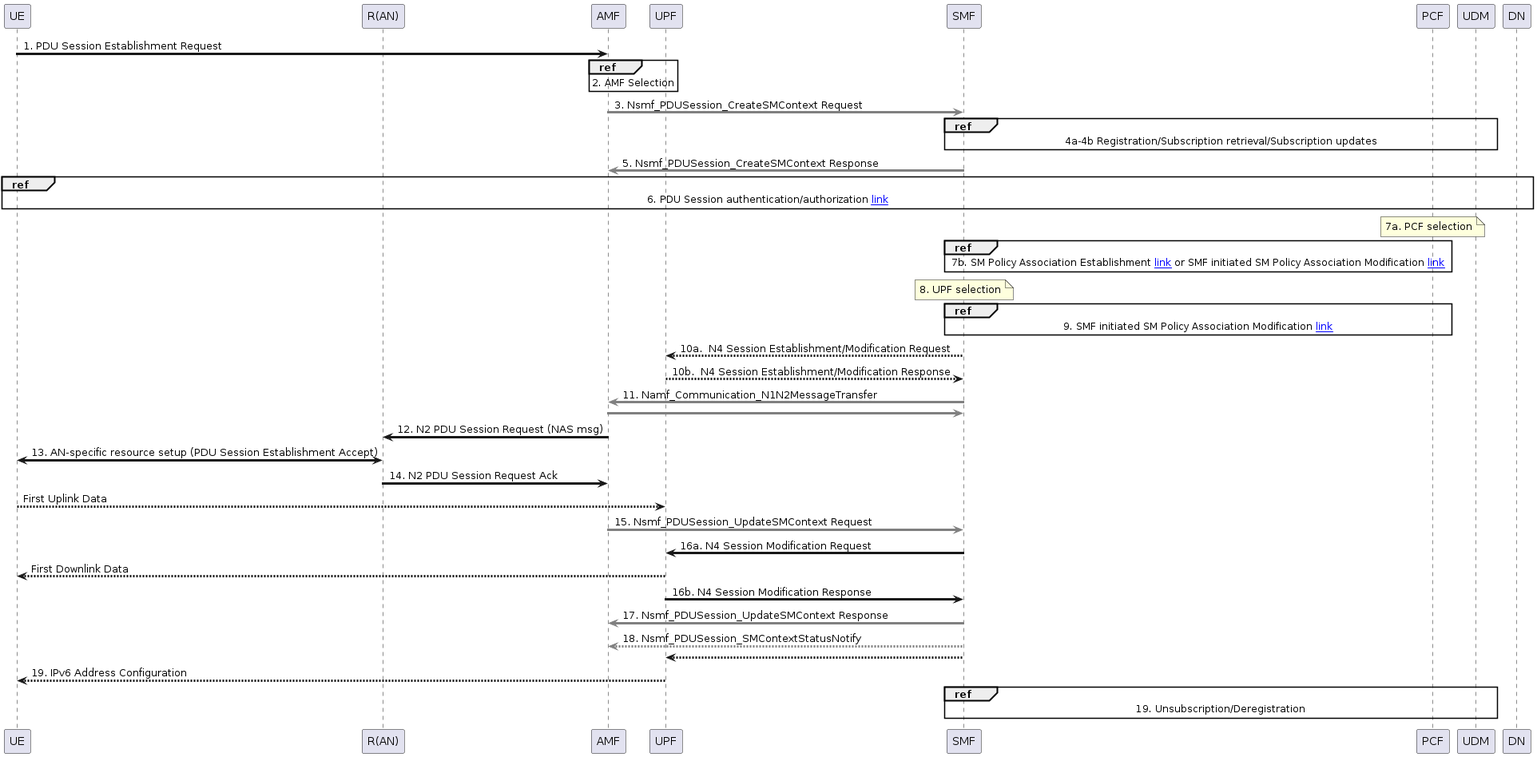
Above: 5G_UMLs/Procedures/UE-requested PDU Session Establishment for non-roaming and roaming with local breakout.png in tariromukute/5gc-features (PlantUML), before the change. The source it was exported from:
```plantuml
@startuml UE-requested PDU Session Establishment for non-roaming and roaming with local breakout

!include /home/common.puml


!$DEFAULT_COLOR = "#gray"

participant UE as UE
participant "R(AN)" as RAN
participant AMF as AMF
participant UPF as UPF
participant SMF as SMF
participant PCF as PCF
participant UDM as UDM
participant DN as DN

!$Nsmf_PDUSession_CreateSMContext ?= $DEFAULT_COLOR
!$Namf_Communication_N1N2MessageTransfer ?= $DEFAULT_COLOR
!$Nsmf_PDUSession_UpdateSMContext ?= $DEFAULT_COLOR
!$Nsmf_PDUSession_SMContextStatusNotify ?= $DEFAULT_COLOR

UE -> AMF : 1. PDU Session Establishment Request
ref over AMF
    2. AMF Selection
end ref
AMF -[$Nsmf_PDUSession_CreateSMContext]> SMF : 3. Nsmf_PDUSession_CreateSMContext Request
ref over SMF,PCF,UDM
    4a-4b Registration/Subscription retrieval/Subscription updates
end ref
AMF <[$Nsmf_PDUSession_CreateSMContext]- SMF : 5. Nsmf_PDUSession_CreateSMContext Response
ref over UE,RAN,AMF,UPF,SMF,PCF,UDM,DN
    6. PDU Session authentication/authorization [[file://TS23502_PDU_Session_Establishment_Authentication_Authorization_DNAAA_Server.puml link]]
end ref
note over PCF
    7a. PCF selection
end note
ref over SMF,PCF
    7b. SM Policy Association Establishment [[file://TS23502_SM_Policy_Association_Establishment.puml link]] or SMF initiated SM Policy Association Modification [[file://TS23502_SMF_Initiated_SM_Policy_Association_Modification.puml link]]
end ref
note over SMF
    8. UPF selection
end note
ref over SMF,PCF
    9. SMF initiated SM Policy Association Modification [[file://TS23502_SMF_Initiated_SM_Policy_Association_Modification.puml link]]
end ref
SMF --> UPF : 10a.  N4 Session Establishment/Modification Request
SMF <-- UPF : 10b.  N4 Session Establishment/Modification Response
SMF -[$Namf_Communication_N1N2MessageTransfer]> AMF : 11. Namf_Communication_N1N2MessageTransfer
SMF <[$Namf_Communication_N1N2MessageTransfer]- AMF
AMF -> RAN : 12. N2 PDU Session Request (NAS msg)
RAN <-> UE : 13. AN-specific resource setup (PDU Session Establishment Accept)
RAN -> AMF : 14. N2 PDU Session Request Ack
UE --> UPF : First Uplink Data
AMF -[$Nsmf_PDUSession_UpdateSMContext]> SMF : 15. Nsmf_PDUSession_UpdateSMContext Request
SMF -> UPF : 16a. N4 Session Modification Request
UPF --> UE : First Downlink Data
SMF <- UPF : 16b. N4 Session Modification Response
AMF <[$Nsmf_PDUSession_UpdateSMContext]- SMF : 17. Nsmf_PDUSession_UpdateSMContext Response
SMF -[$Nsmf_PDUSession_SMContextStatusNotify]-> AMF : 18. Nsmf_PDUSession_SMContextStatusNotify
SMF --> UPF
UPF --> UE : 19. IPv6 Address Configuration
ref over SMF,PCF,UDM
    19. Unsubscription/Deregistration
end ref
@enduml
```
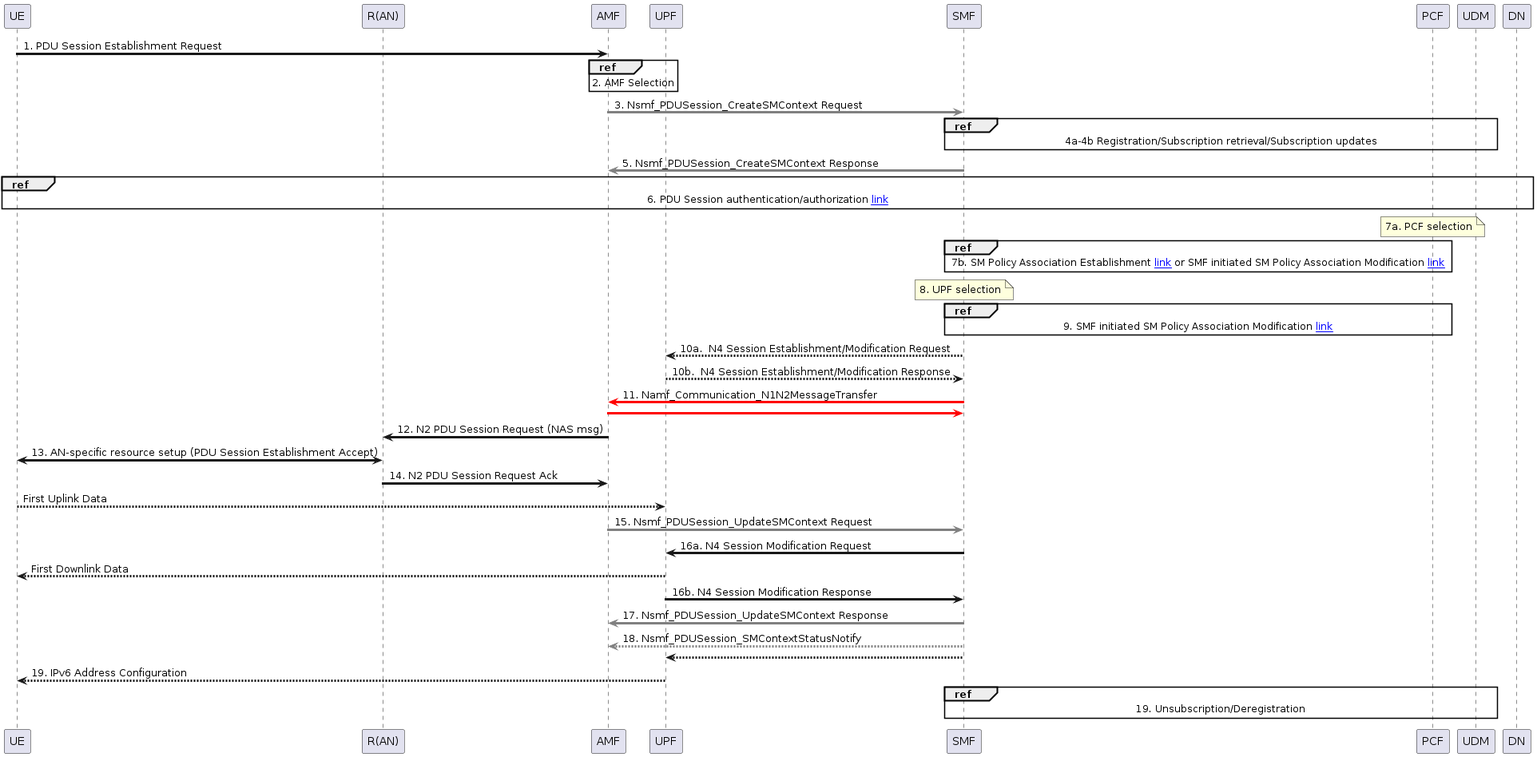
After the commit.

The edit, as a diff of the source:
```diff
@@ -1,6 +1,8 @@
 @startuml UE-requested PDU Session Establishment for non-roaming and roaming with local breakout
 
 !include /home/common.puml
+!$Namf_Communication = %load_json("/home/vars/Namf_Communication.json")
+!$Nsmf_PDUSession = %load_json("/home/vars/Nsmf_PDUSession.json")
 
 
 !$DEFAULT_COLOR = "#gray"
@@ -14,10 +16,10 @@
 participant UDM as UDM
 participant DN as DN
 
-!$Nsmf_PDUSession_CreateSMContext ?= $DEFAULT_COLOR
-!$Namf_Communication_N1N2MessageTransfer ?= $DEFAULT_COLOR
-!$Nsmf_PDUSession_UpdateSMContext ?= $DEFAULT_COLOR
-!$Nsmf_PDUSession_SMContextStatusNotify ?= $DEFAULT_COLOR
+!$Nsmf_PDUSession_CreateSMContext ?= $color($Nsmf_PDUSession.Nsmf_PDUSession_CreateSMContext)
+!$Namf_Communication_N1N2MessageTransfer ?= $color($Namf_Communication.Namf_Communication_N1N2MessageTransfer)
+!$Nsmf_PDUSession_UpdateSMContext ?= $color($Nsmf_PDUSession.Nsmf_PDUSession_UpdateSMContext)
+!$Nsmf_PDUSession_SMContextStatusNotify ?= $color($Nsmf_PDUSession.Nsmf_PDUSession_SMContextStatusNotify)
 
 UE -> AMF : 1. PDU Session Establishment Request
 ref over AMF
```
